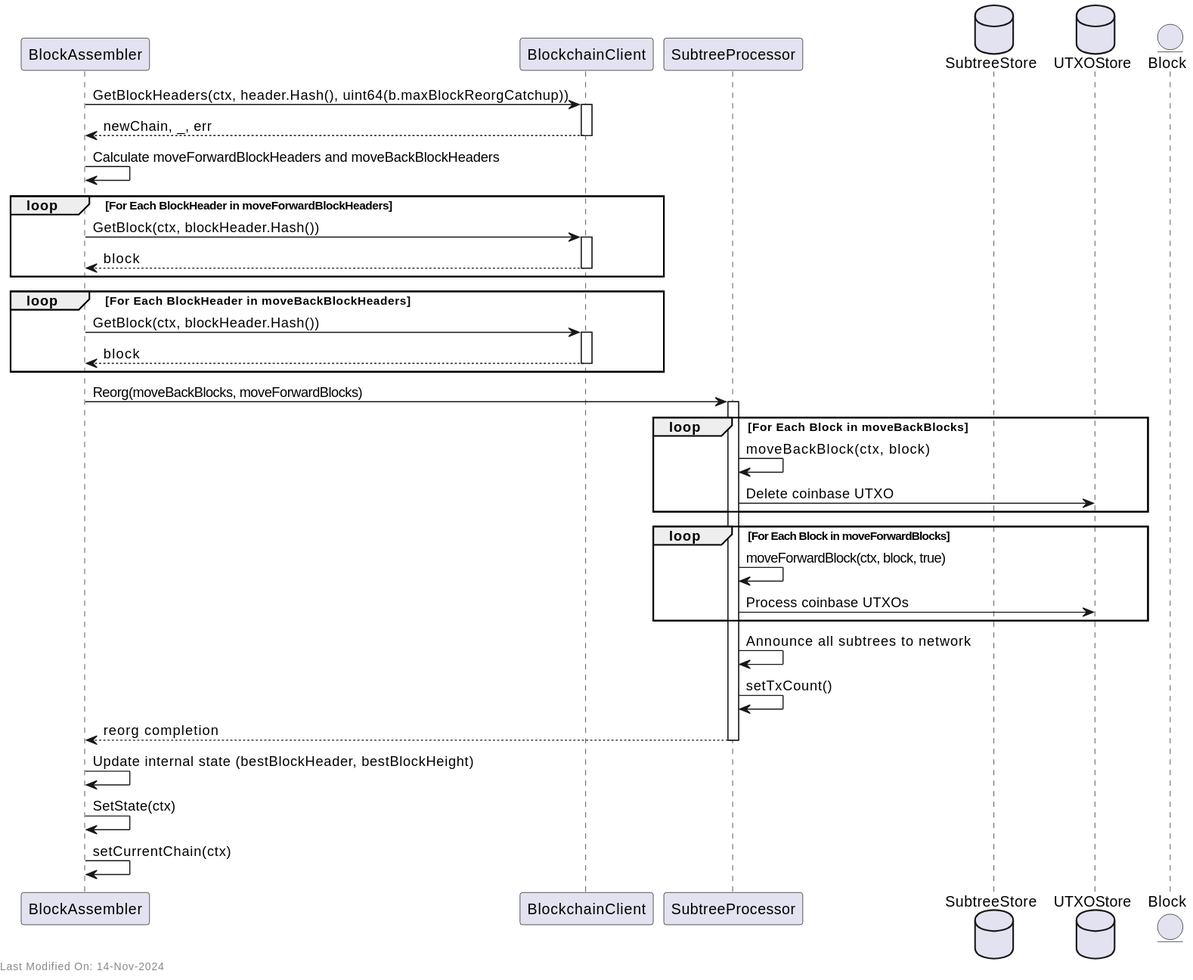
freemans13/teranode keeps this PlantUML diagram as docs/topics/services/img/plantuml/blockassembly/block_assembly_reorg.svg. Above is the earlier version.
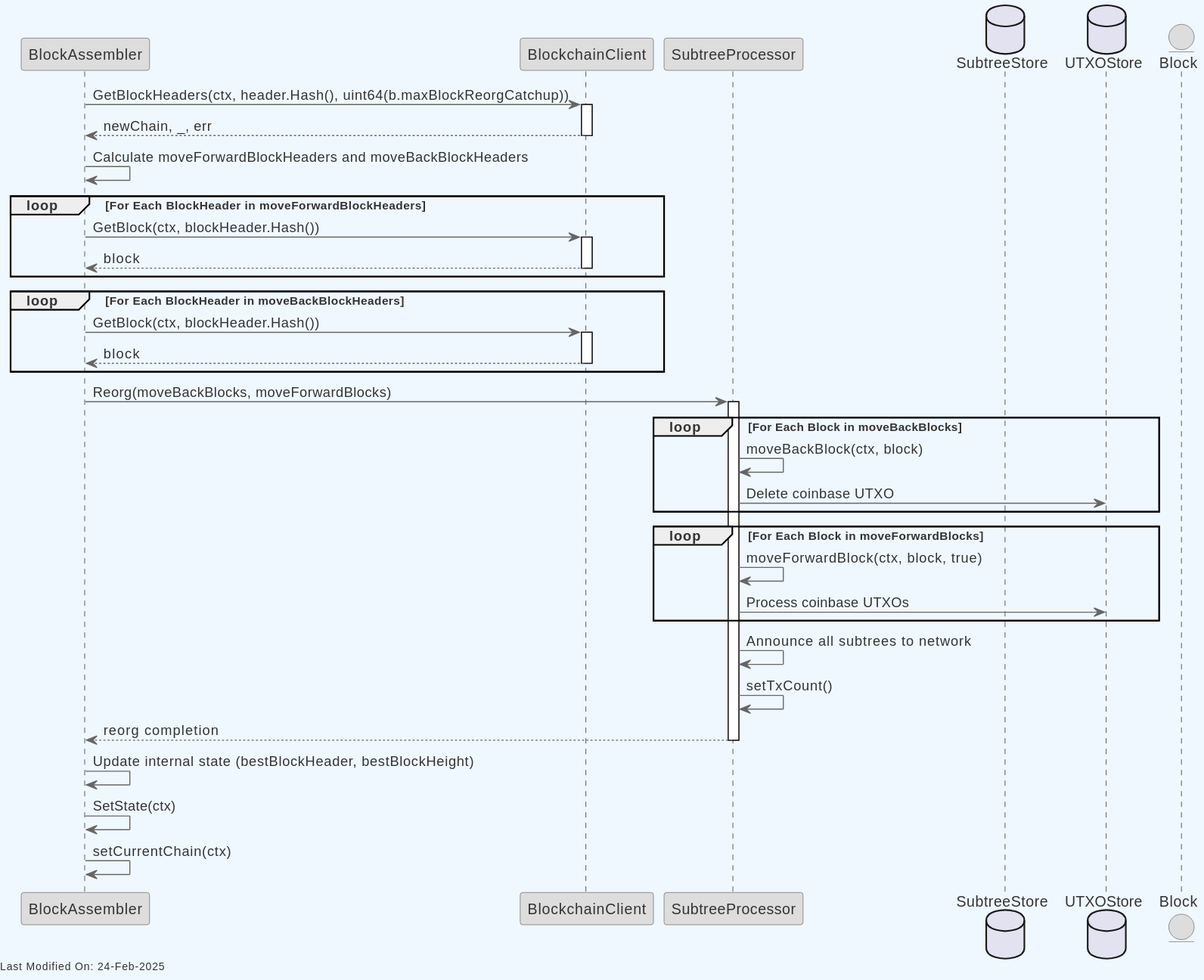
The same file after the commit.

Diff of the diagram source:
```diff
@@ -1,4 +1,25 @@
 @startuml
+skinparam backgroundColor #F0F8FF
+skinparam defaultFontColor #333333
+skinparam arrowColor #666666
+
+skinparam entity {
+  BorderColor #666666
+  BackgroundColor #DDDDDD
+}
+
+skinparam control {
+  BorderColor #666666
+  BackgroundColor #DDDDDD
+}
+
+skinparam participant {
+  BorderColor #666666
+  BackgroundColor #DDDDDD
+}
+
+
+
 participant "BlockAssembler" as BA
 participant "BlockchainClient" as BC
 participant "SubtreeProcessor" as STP
@@ -11,32 +32,32 @@
 BC --> BA : newChain, _, err
 deactivate BC
 
-BA -> BA : Calculate moveUpBlockHeaders and moveDownBlockHeaders
+BA -> BA : Calculate moveForwardBlockHeaders and moveBackBlockHeaders
 
-loop For Each BlockHeader in moveUpBlockHeaders
+loop For Each BlockHeader in moveForwardBlockHeaders
     BA -> BC : GetBlock(ctx, blockHeader.Hash())
     activate BC
     BC --> BA : block
     deactivate BC
 end
 
-loop For Each BlockHeader in moveDownBlockHeaders
+loop For Each BlockHeader in moveBackBlockHeaders
     BA -> BC : GetBlock(ctx, blockHeader.Hash())
     activate BC
     BC --> BA : block
     deactivate BC
 end
 
-BA -> STP : Reorg(moveDownBlocks, moveUpBlocks)
+BA -> STP : Reorg(moveBackBlocks, moveForwardBlocks)
 activate STP
 
-loop For Each Block in moveDownBlocks
-    STP -> STP : moveDownBlock(ctx, block)
+loop For Each Block in moveBackBlocks
+    STP -> STP : moveBackBlock(ctx, block)
     STP -> UTXOStore : Delete coinbase UTXO
 end
 
-loop For Each Block in moveUpBlocks
-    STP -> STP : moveUpBlock(ctx, block, true)
+loop For Each Block in moveForwardBlocks
+    STP -> STP : moveForwardBlock(ctx, block, true)
     STP -> UTXOStore : Process coinbase UTXOs
 end
 
```
